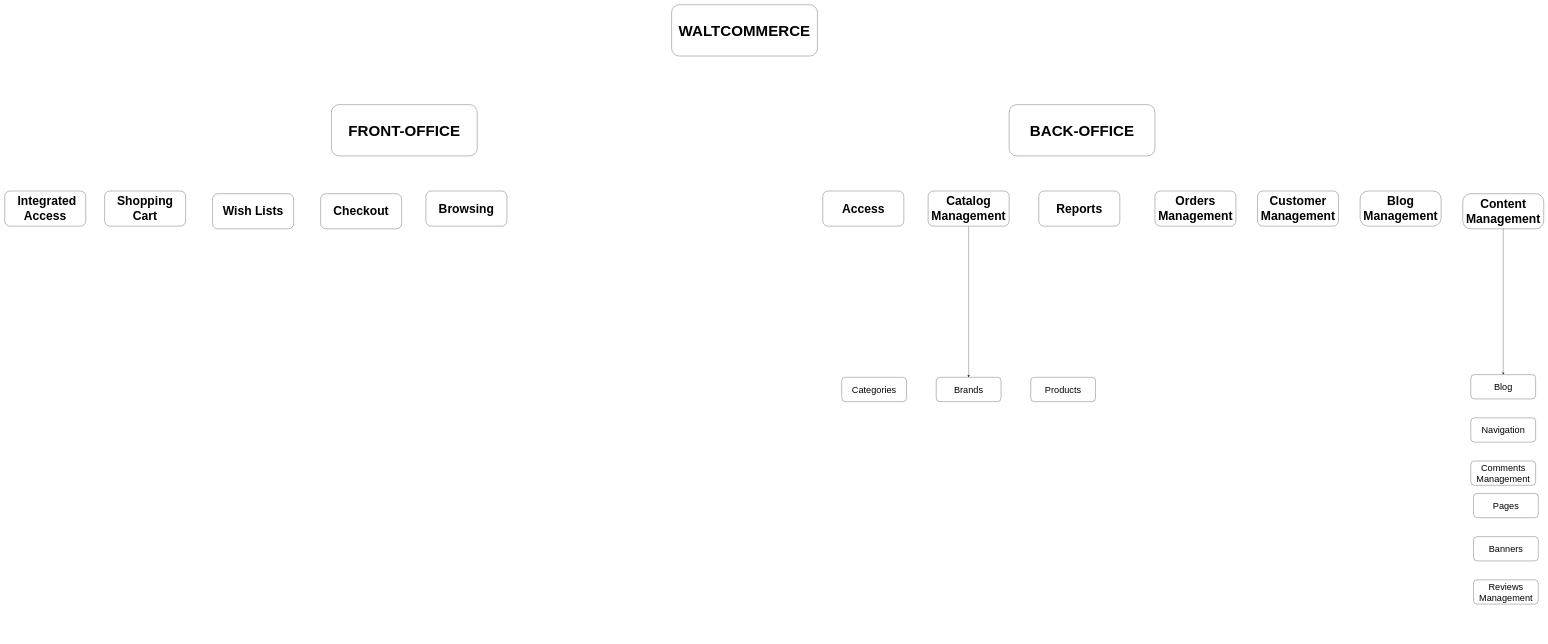
The draw.io diagram Documentation/Diagrams/1 - Architecture/ARCH001.drawio in shift-dominicana/WaltCommerce, before the edit. Source tidied: cells renumbered, new cells numbered last; positions are measured from the earlier drawing's top-left corner, leaving out a move shared by most shapes. Both pictures are drawn from the tidied source at 27%, with x=0, y=0 at pixel (5, 5).
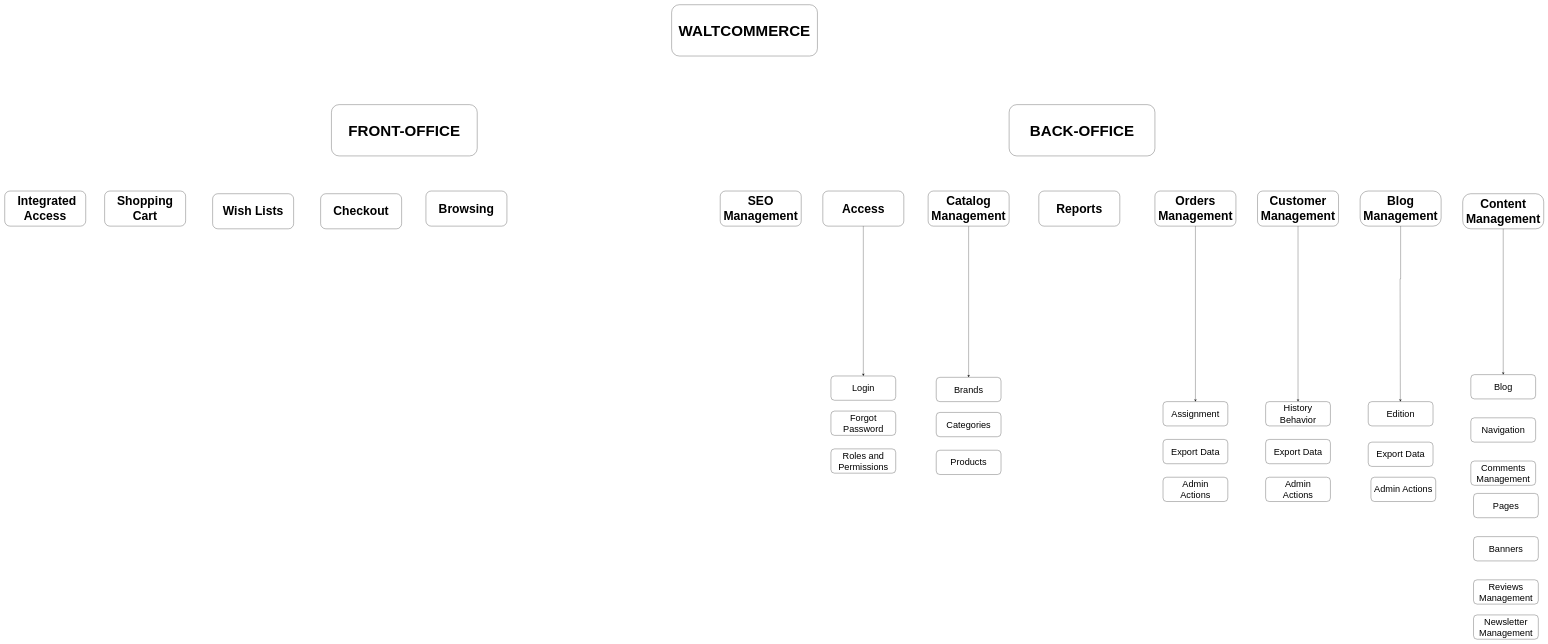
The same page after the edit.

The change refers to these unchanged cells:
```xml
<mxCell id="8" value="&lt;font style=&quot;font-size: 45px&quot;&gt;&lt;b style=&quot;font-size: 45px&quot;&gt;Orders Management&lt;/b&gt;&lt;/font&gt;" style="rounded=1;whiteSpace=wrap;html=1;fontSize=45;" parent="1" vertex="1">
  <mxGeometry x="4260" y="690" width="300" height="130" as="geometry" />
</mxCell>
<mxCell id="9" value="&lt;font style=&quot;font-size: 45px&quot;&gt;&lt;b style=&quot;font-size: 45px&quot;&gt;Blog&lt;br&gt;Management&lt;/b&gt;&lt;/font&gt;" style="rounded=1;whiteSpace=wrap;html=1;fontSize=45;arcSize=23;" parent="1" vertex="1">
  <mxGeometry x="5020" y="690" width="300" height="130" as="geometry" />
</mxCell>
<mxCell id="10" value="&lt;font style=&quot;font-size: 45px&quot;&gt;&lt;span style=&quot;font-size: 45px&quot;&gt;Access&lt;/span&gt;&lt;/font&gt;" style="rounded=1;whiteSpace=wrap;html=1;fontSize=45;fontStyle=1;" parent="1" vertex="1">
  <mxGeometry x="3030" y="690" width="300" height="130" as="geometry" />
</mxCell>
<mxCell id="26" value="&lt;font style=&quot;font-size: 45px&quot;&gt;&lt;b style=&quot;font-size: 45px&quot;&gt;Customer&lt;br&gt;Management&lt;/b&gt;&lt;/font&gt;" style="rounded=1;whiteSpace=wrap;html=1;fontSize=45;" parent="1" vertex="1">
  <mxGeometry x="4640" y="690" width="300" height="130" as="geometry" />
</mxCell>
```

The edit, as a diff of the source:
```diff
@@
     <mxCell id="16" value="Categories" style="rounded=1;whiteSpace=wrap;html=1;fontSize=34;fontStyle=0;" parent="1" vertex="1">
-      <mxGeometry x="3100" y="1380" width="240" height="90" as="geometry" />
+      <mxGeometry x="3450" y="1510" width="240" height="90" as="geometry" />
     </mxCell>
@@
-    <mxCell id="18" value="Products" style="rounded=1;whiteSpace=wrap;html=1;fontSize=34;fontStyle=0;" parent="1" vertex="1">
-      <mxGeometry x="3800" y="1380" width="240" height="90" as="geometry" />
-    </mxCell>
@@
+    <mxCell id="18" value="Products" style="rounded=1;whiteSpace=wrap;html=1;fontSize=34;fontStyle=0;" parent="1" vertex="1">
+      <mxGeometry x="3450" y="1650" width="240" height="90" as="geometry" />
+    </mxCell>
+    <mxCell id="28" value="History Behavior" style="rounded=1;whiteSpace=wrap;html=1;fontSize=34;fontStyle=0;" parent="1" vertex="1">
+      <mxGeometry x="4670" y="1470" width="240" height="90" as="geometry" />
+    </mxCell>
+    <mxCell id="29" value="Export Data" style="rounded=1;whiteSpace=wrap;html=1;fontSize=34;fontStyle=0;" parent="1" vertex="1">
+      <mxGeometry x="4670" y="1610" width="240" height="90" as="geometry" />
+    </mxCell>
+    <mxCell id="30" value="Admin &lt;br&gt;Actions" style="rounded=1;whiteSpace=wrap;html=1;fontSize=34;fontStyle=0;" parent="1" vertex="1">
+      <mxGeometry x="4670" y="1750" width="240" height="90" as="geometry" />
+    </mxCell>
+    <mxCell id="31" value="Newsletter Management" style="rounded=1;whiteSpace=wrap;html=1;fontSize=34;fontStyle=0;" parent="1" vertex="1">
+      <mxGeometry x="5440" y="2260" width="240" height="90" as="geometry" />
+    </mxCell>
+    <mxCell id="32" style="edgeStyle=orthogonalEdgeStyle;rounded=0;jettySize=auto;html=1;entryX=0.5;entryY=0;entryDx=0;entryDy=0;fontSize=34;exitX=0.5;exitY=1;exitDx=0;exitDy=0;" parent="1" edge="1" source="26" target="28">
+      <mxGeometry relative="1" as="geometry" />
+    </mxCell>
+    <mxCell id="33" value="Export Data" style="rounded=1;whiteSpace=wrap;html=1;fontSize=34;fontStyle=0;" parent="1" vertex="1">
+      <mxGeometry x="4290" y="1610" width="240" height="90" as="geometry" />
+    </mxCell>
+    <mxCell id="34" value="Admin &lt;br&gt;Actions" style="rounded=1;whiteSpace=wrap;html=1;fontSize=34;fontStyle=0;" parent="1" vertex="1">
+      <mxGeometry x="4290" y="1750" width="240" height="90" as="geometry" />
+    </mxCell>
+    <mxCell id="35" value="Assignment" style="rounded=1;whiteSpace=wrap;html=1;fontSize=34;fontStyle=0;" parent="1" vertex="1">
+      <mxGeometry x="4290" y="1470" width="240" height="90" as="geometry" />
+    </mxCell>
+    <mxCell id="36" style="edgeStyle=orthogonalEdgeStyle;rounded=0;jettySize=auto;html=1;fontSize=34;exitX=0.5;exitY=1;exitDx=0;exitDy=0;entryX=0.5;entryY=0;entryDx=0;entryDy=0;" parent="1" edge="1" source="8" target="35">
+      <mxGeometry relative="1" as="geometry" />
+    </mxCell>
+    <mxCell id="37" value="&lt;font style=&quot;font-size: 45px&quot;&gt;&lt;span style=&quot;font-size: 45px&quot;&gt;SEO Management&lt;/span&gt;&lt;/font&gt;" style="rounded=1;whiteSpace=wrap;html=1;fontSize=45;fontStyle=1;" parent="1" vertex="1">
+      <mxGeometry x="2650" y="690" width="300" height="130" as="geometry" />
+    </mxCell>
+    <mxCell id="38" value="Edition" style="rounded=1;whiteSpace=wrap;html=1;fontSize=34;fontStyle=0;" parent="1" vertex="1">
+      <mxGeometry x="5050" y="1470" width="240" height="90" as="geometry" />
+    </mxCell>
+    <mxCell id="39" value="Admin Actions" style="rounded=1;whiteSpace=wrap;html=1;fontSize=34;fontStyle=0;" parent="1" vertex="1">
+      <mxGeometry x="5060" y="1750" width="240" height="90" as="geometry" />
+    </mxCell>
+    <mxCell id="40" value="Export Data" style="rounded=1;whiteSpace=wrap;html=1;fontSize=34;fontStyle=0;" parent="1" vertex="1">
+      <mxGeometry x="5050" y="1620" width="240" height="90" as="geometry" />
+    </mxCell>
+    <mxCell id="41" value="Forgot Password" style="rounded=1;whiteSpace=wrap;html=1;fontSize=34;fontStyle=0;" parent="1" vertex="1">
+      <mxGeometry x="3060" y="1505" width="240" height="90" as="geometry" />
+    </mxCell>
+    <mxCell id="42" value="Login" style="rounded=1;whiteSpace=wrap;html=1;fontSize=34;fontStyle=0;" parent="1" vertex="1">
+      <mxGeometry x="3060" y="1375" width="240" height="90" as="geometry" />
+    </mxCell>
+    <mxCell id="43" value="Roles and Permissions" style="rounded=1;whiteSpace=wrap;html=1;fontSize=34;fontStyle=0;" parent="1" vertex="1">
+      <mxGeometry x="3060" y="1645" width="240" height="90" as="geometry" />
+    </mxCell>
+    <mxCell id="44" style="edgeStyle=orthogonalEdgeStyle;rounded=0;jettySize=auto;html=1;fontSize=34;exitX=0.5;exitY=1;exitDx=0;exitDy=0;" parent="1" edge="1" source="9">
+      <mxGeometry relative="1" as="geometry">
+        <mxPoint x="5169" y="1470" as="targetPoint" />
+        <Array as="points">
+          <mxPoint x="5168" y="1015" />
+        </Array>
+      </mxGeometry>
+    </mxCell>
+    <mxCell id="45" style="edgeStyle=orthogonalEdgeStyle;rounded=0;jettySize=auto;html=1;entryX=0.5;entryY=0;entryDx=0;entryDy=0;fontSize=34;exitX=0.5;exitY=1;exitDx=0;exitDy=0;" parent="1" edge="1" source="10" target="42">
+      <mxGeometry relative="1" as="geometry" />
+    </mxCell>
```
